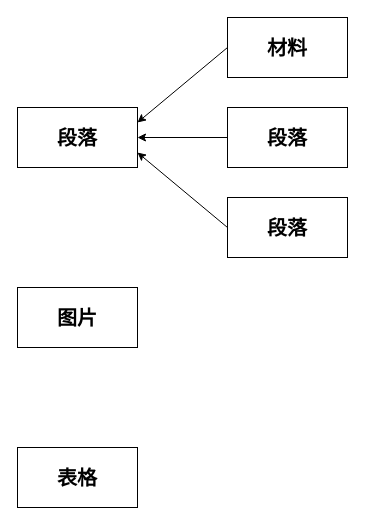
Earlier version of the draw.io diagram 构建思路.drawio (ShellRedia/PaperConclusion). Source tidied: cells renumbered, new cells numbered last; positions are measured from the earlier drawing's top-left corner, leaving out a move shared by most shapes. Both pictures are drawn from the tidied source at 100%, with x=0, y=0 at pixel (17, 17).
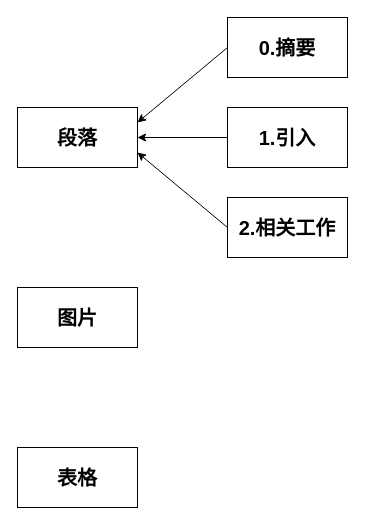
The same diagram, later.

Commit message (it also covers changes not shown here):
更新构建思路.drawio

Change to the diagram source:
```diff
@@
 <mxGraphModel>
   <root>
     <mxCell id="0" />
     <mxCell id="1" parent="0" />
     <mxCell id="2" value="&lt;font style=&quot;font-size: 20px;&quot;&gt;&lt;b&gt;段落&lt;/b&gt;&lt;/font&gt;" style="rounded=0;whiteSpace=wrap;html=1;" parent="1" vertex="1">
       <mxGeometry y="90" width="120" height="60" as="geometry" />
     </mxCell>
     <mxCell id="3" value="&lt;font style=&quot;font-size: 20px;&quot;&gt;&lt;b&gt;图片&lt;/b&gt;&lt;/font&gt;" style="rounded=0;whiteSpace=wrap;html=1;" parent="1" vertex="1">
       <mxGeometry y="270" width="120" height="60" as="geometry" />
     </mxCell>
     <mxCell id="4" value="&lt;font style=&quot;font-size: 20px;&quot;&gt;&lt;b&gt;表格&lt;/b&gt;&lt;/font&gt;" style="rounded=0;whiteSpace=wrap;html=1;" parent="1" vertex="1">
       <mxGeometry y="430" width="120" height="60" as="geometry" />
     </mxCell>
     <mxCell id="5" style="rounded=0;jettySize=auto;html=1;exitX=0;exitY=0.5;exitDx=0;exitDy=0;entryX=1;entryY=0.25;entryDx=0;entryDy=0;" parent="1" edge="1" source="6" target="2">
       <mxGeometry relative="1" as="geometry" />
     </mxCell>
-    <mxCell id="6" value="&lt;font style=&quot;font-size: 20px;&quot;&gt;&lt;b&gt;材料&lt;/b&gt;&lt;/font&gt;" style="rounded=0;whiteSpace=wrap;html=1;" parent="1" vertex="1">
+    <mxCell id="6" value="&lt;span style=&quot;font-size: 20px;&quot;&gt;&lt;b&gt;0.摘要&lt;/b&gt;&lt;/span&gt;" style="rounded=0;whiteSpace=wrap;html=1;" parent="1" vertex="1">
       <mxGeometry x="210" width="120" height="60" as="geometry" />
     </mxCell>
     <mxCell id="7" style="edgeStyle=none;rounded=0;jettySize=auto;html=1;exitX=0;exitY=0.5;exitDx=0;exitDy=0;entryX=1;entryY=0.5;entryDx=0;entryDy=0;" parent="1" edge="1" source="8" target="2">
       <mxGeometry relative="1" as="geometry" />
     </mxCell>
-    <mxCell id="8" value="&lt;font style=&quot;font-size: 20px;&quot;&gt;&lt;b&gt;段落&lt;/b&gt;&lt;/font&gt;" style="rounded=0;whiteSpace=wrap;html=1;" parent="1" vertex="1">
+    <mxCell id="8" value="&lt;font style=&quot;font-size: 20px;&quot;&gt;&lt;b&gt;1.引入&lt;/b&gt;&lt;/font&gt;" style="rounded=0;whiteSpace=wrap;html=1;" parent="1" vertex="1">
       <mxGeometry x="210" y="90" width="120" height="60" as="geometry" />
     </mxCell>
     <mxCell id="9" style="edgeStyle=none;rounded=0;jettySize=auto;html=1;exitX=0;exitY=0.5;exitDx=0;exitDy=0;entryX=1;entryY=0.75;entryDx=0;entryDy=0;" parent="1" edge="1" source="10" target="2">
       <mxGeometry relative="1" as="geometry" />
     </mxCell>
-    <mxCell id="10" value="&lt;font style=&quot;font-size: 20px;&quot;&gt;&lt;b&gt;段落&lt;/b&gt;&lt;/font&gt;" style="rounded=0;whiteSpace=wrap;html=1;" parent="1" vertex="1">
+    <mxCell id="10" value="&lt;font style=&quot;font-size: 20px;&quot;&gt;&lt;b&gt;2.相关工作&lt;/b&gt;&lt;/font&gt;" style="rounded=0;whiteSpace=wrap;html=1;" parent="1" vertex="1">
       <mxGeometry x="210" y="180" width="120" height="60" as="geometry" />
     </mxCell>
   </root>
 </mxGraphModel>
```
